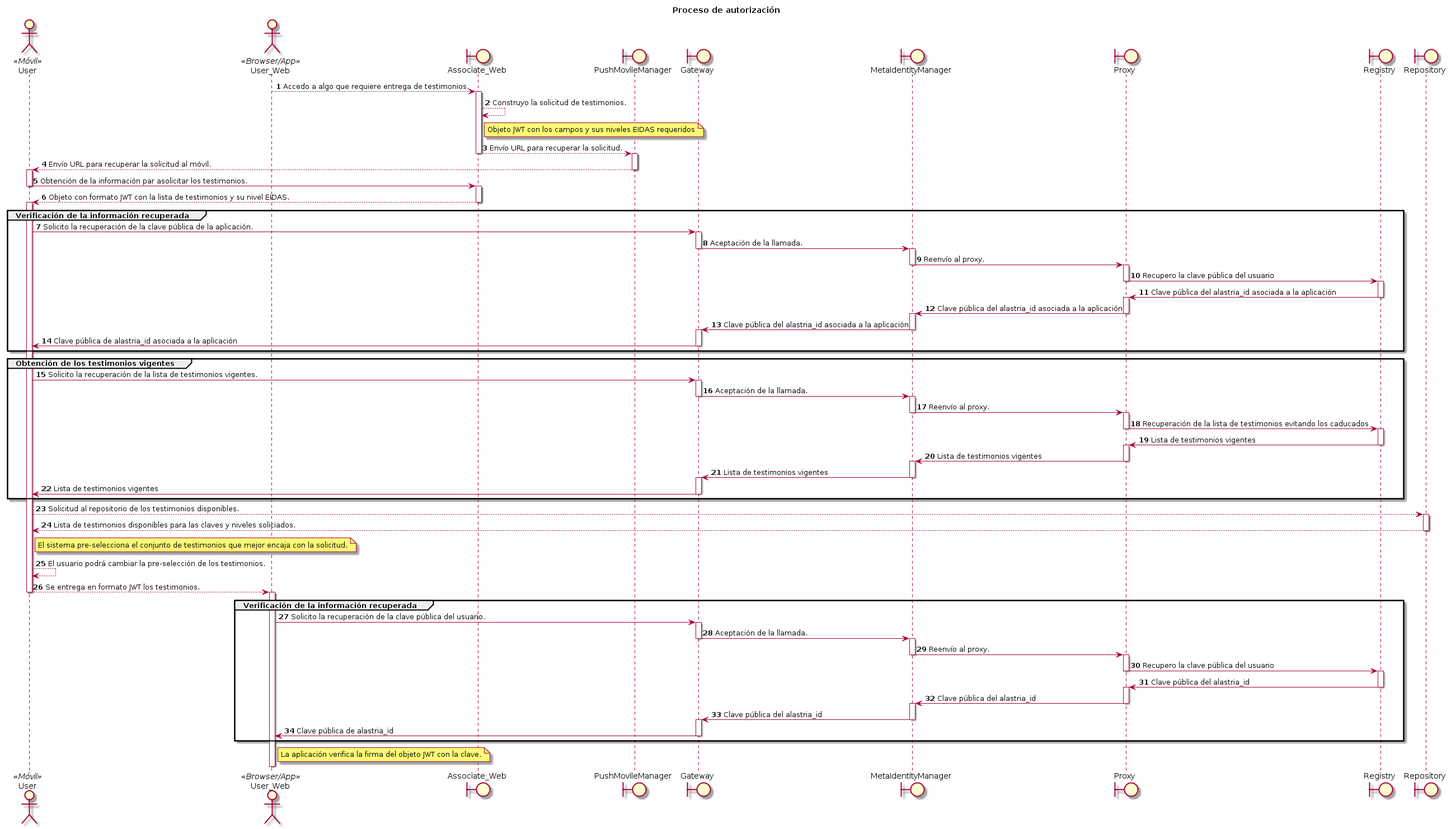
Above: diagrams/pictures/solicitudTestimonios.png in alastria/alastria-identity (PlantUML), before the change.
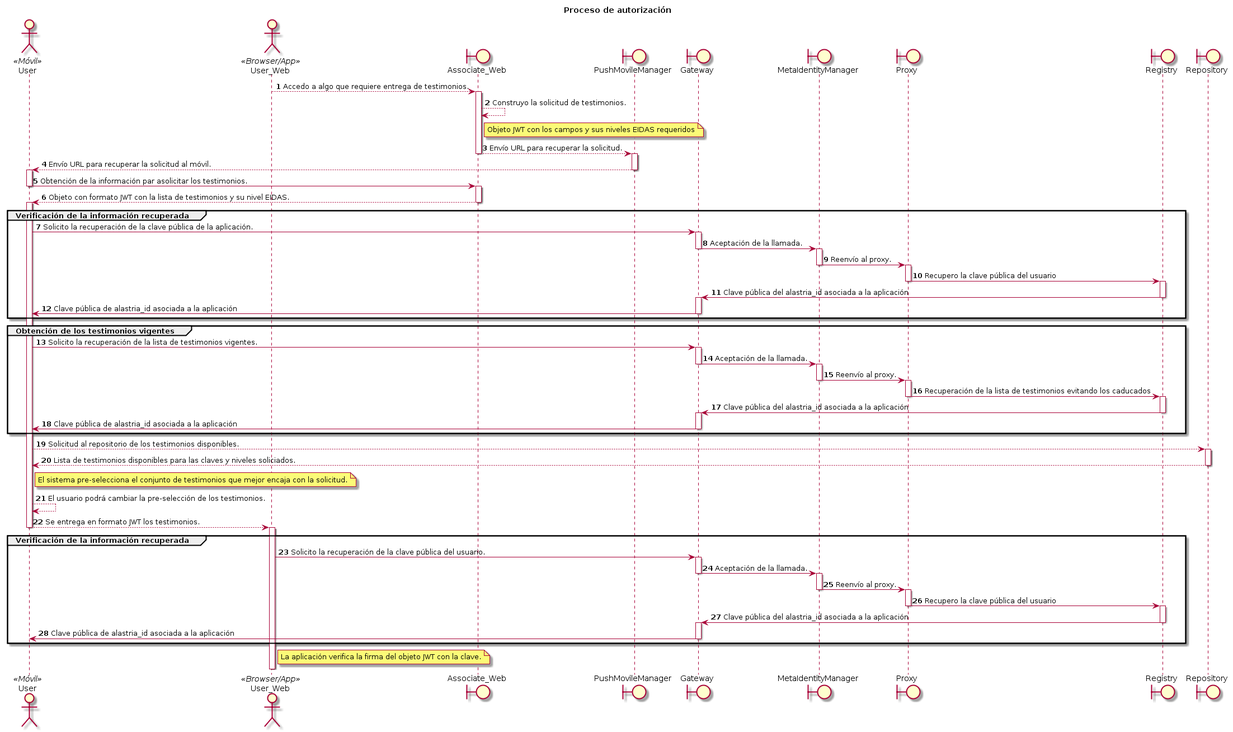
After the commit.

Commit message:
Actualización de los diagramas para corregir la vuelta del proxy al gateway

Diff of the diagram source:
```diff
@@ -44,14 +44,8 @@
     Proxy->Registry: Recupero la clave pública del usuario
     deactivate Proxy
     activate Registry
-    Registry->Proxy: Clave pública del alastria_id asociada a la aplicación
+    Registry->Gateway: Clave pública del alastria_id asociada a la aplicación
     deactivate Registry
-    activate Proxy
-    Proxy->MetaIdentityManager: Clave pública del alastria_id asociada a la aplicación
-    deactivate Proxy
-    activate MetaIdentityManager
-    MetaIdentityManager->Gateway: Clave pública del alastria_id asociada a la aplicación
-    deactivate MetaIdentityManager
     activate Gateway
     Gateway->User: Clave pública de alastria_id asociada a la aplicación
     deactivate Gateway
@@ -68,16 +62,10 @@
     Proxy->Registry: Recuperación de la lista de testimonios evitando los caducados
     deactivate Proxy
     activate Registry
-    Registry->Proxy: Lista de testimonios vigentes
+    Registry->Gateway: Clave pública del alastria_id asociada a la aplicación
     deactivate Registry
-    activate Proxy
-    Proxy->MetaIdentityManager: Lista de testimonios vigentes
-    deactivate Proxy
-    activate MetaIdentityManager
-    MetaIdentityManager->Gateway: Lista de testimonios vigentes
-    deactivate MetaIdentityManager
     activate Gateway
-    Gateway->User: Lista de testimonios vigentes
+    Gateway->User: Clave pública de alastria_id asociada a la aplicación
     deactivate Gateway
 end
 User --> Repository: Solicitud al repositorio de los testimonios disponibles.
@@ -102,16 +90,10 @@
     Proxy->Registry: Recupero la clave pública del usuario
     deactivate Proxy
     activate Registry
-    Registry->Proxy: Clave pública del alastria_id
+    Registry->Gateway: Clave pública del alastria_id asociada a la aplicación
     deactivate Registry
-    activate Proxy
-    Proxy->MetaIdentityManager: Clave pública del alastria_id
-    deactivate Proxy
-    activate MetaIdentityManager
-    MetaIdentityManager->Gateway: Clave pública del alastria_id
-    deactivate MetaIdentityManager
     activate Gateway
-    Gateway->User_Web: Clave pública de alastria_id
+    Gateway->User: Clave pública de alastria_id asociada a la aplicación
     deactivate Gateway
 end
 note right User_Web: La aplicación verifica la firma del objeto JWT con la clave.
```
